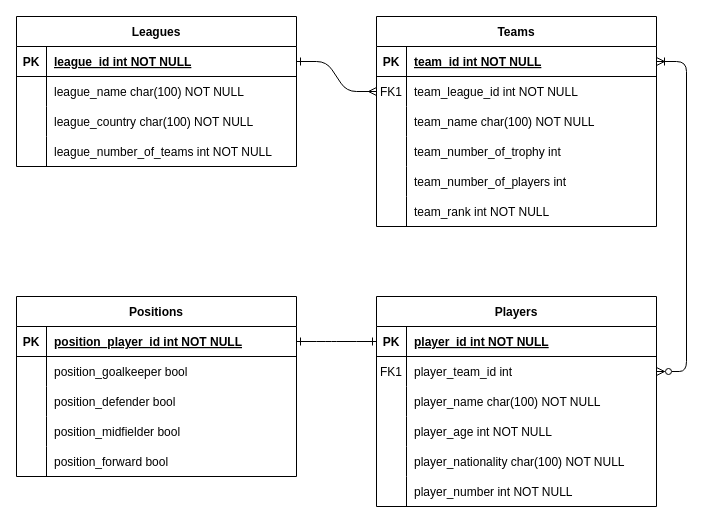
The draw.io diagram lab12.drawio in imaihs/bd_lab, before the edit. Source tidied: cells renumbered, new cells numbered last; positions are measured from the earlier drawing's top-left corner, leaving out a move shared by most shapes. Both pictures are drawn from the tidied source at 100%, with x=0, y=0 at pixel (16, 16).
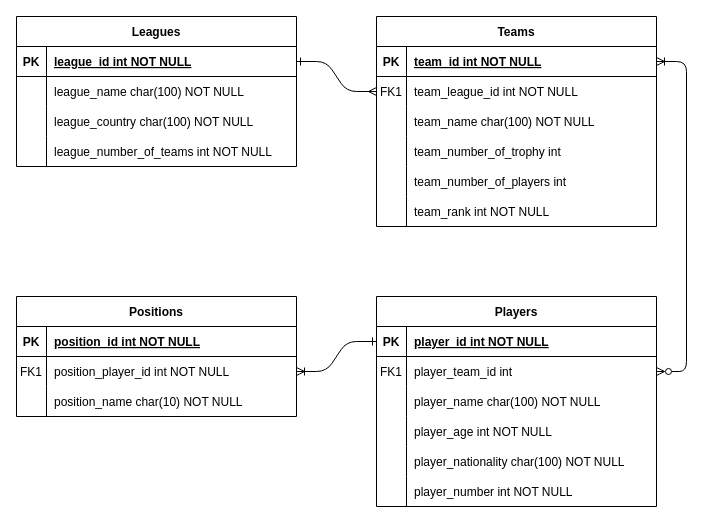
The same page after the edit.

Unchanged cells that the change refers to:
```xml
<mxCell id="24" style="shape=partialRectangle;fillColor=none;points=[[0,0.5],[1,0.5]];portConstraint=eastwest;top=0;left=0;right=0;bottom=1;" parent="23" vertex="1">
  <mxGeometry y="30" width="280" height="30" as="geometry" />
</mxCell>
<mxCell id="56" style="shape=partialRectangle;fillColor=none;points=[[0,0.5],[1,0.5]];portConstraint=eastwest;top=0;left=0;right=0;bottom=1;" parent="55" vertex="1">
  <mxGeometry y="30" width="280" height="30" as="geometry" />
</mxCell>
<mxCell id="59" style="shape=partialRectangle;fillColor=none;points=[[0,0.5],[1,0.5]];portConstraint=eastwest;top=0;left=0;right=0;bottom=0;" parent="55" vertex="1">
  <mxGeometry y="60" width="280" height="30" as="geometry" />
</mxCell>
<mxCell id="62" style="shape=partialRectangle;fillColor=none;top=0;left=0;right=0;bottom=0;" parent="55" vertex="1">
  <mxGeometry y="90" width="280" height="30" as="geometry" />
</mxCell>
```

What changed in the source:
```diff
@@
     <mxCell id="55" value="Positions" style="shape=table;startSize=30;childLayout=tableLayout;rowLines=0;fontStyle=1;align=center;" parent="1" vertex="1">
-      <mxGeometry y="280" width="280" height="180" as="geometry" />
+      <mxGeometry y="280" width="280" height="120" as="geometry" />
     </mxCell>
@@
-    <mxCell id="58" value="position_player_id int NOT NULL " style="shape=partialRectangle;overflow=hidden;fillColor=none;top=0;left=0;bottom=0;right=0;align=left;spacingLeft=6;fontStyle=5;" parent="56" vertex="1">
+    <mxCell id="58" value="position_id int NOT NULL " style="shape=partialRectangle;overflow=hidden;fillColor=none;top=0;left=0;bottom=0;right=0;align=left;spacingLeft=6;fontStyle=5;" parent="56" vertex="1">
       <mxGeometry x="30" width="250" height="30" as="geometry" />
     </mxCell>
@@
-    <mxCell id="60" style="shape=partialRectangle;overflow=hidden;fillColor=none;top=0;left=0;bottom=0;right=0;" parent="59" vertex="1">
+    <mxCell id="60" value="FK1" style="shape=partialRectangle;overflow=hidden;fillColor=none;top=0;left=0;bottom=0;right=0;" parent="59" vertex="1">
       <mxGeometry width="30" height="30" as="geometry" />
     </mxCell>
-    <mxCell id="61" value="position_goalkeeper bool" style="shape=partialRectangle;overflow=hidden;fillColor=none;top=0;left=0;bottom=0;right=0;align=left;spacingLeft=6;" parent="59" vertex="1">
+    <mxCell id="61" value="position_player_id int NOT NULL" style="shape=partialRectangle;overflow=hidden;fillColor=none;top=0;left=0;bottom=0;right=0;align=left;spacingLeft=6;" parent="59" vertex="1">
       <mxGeometry x="30" width="250" height="30" as="geometry" />
     </mxCell>
@@
-    <mxCell id="63" style="shape=partialRectangle;overflow=hidden;fillColor=none;top=0;left=0;bottom=0;right=0;" parent="62" vertex="1">
-      <mxGeometry width="30" height="30" as="geometry" />
-    </mxCell>
-    <mxCell id="64" value="position_defender bool" style="shape=partialRectangle;overflow=hidden;fillColor=none;top=0;left=0;bottom=0;right=0;align=left;spacingLeft=6;" parent="62" vertex="1">
-      <mxGeometry x="30" width="250" height="30" as="geometry" />
-    </mxCell>
-    <mxCell id="65" style="shape=partialRectangle;fillColor=none;top=0;left=0;right=0;bottom=0;" parent="55" vertex="1">
-      <mxGeometry y="120" width="280" height="30" as="geometry" />
-    </mxCell>
-    <mxCell id="66" style="shape=partialRectangle;overflow=hidden;fillColor=none;top=0;left=0;bottom=0;right=0;" parent="65" vertex="1">
-      <mxGeometry width="30" height="30" as="geometry" />
-    </mxCell>
-    <mxCell id="67" value="position_midfielder bool" style="shape=partialRectangle;overflow=hidden;fillColor=none;top=0;left=0;bottom=0;right=0;align=left;spacingLeft=6;" parent="65" vertex="1">
-      <mxGeometry x="30" width="250" height="30" as="geometry" />
-    </mxCell>
-    <mxCell id="68" style="shape=partialRectangle;fillColor=none;top=0;left=0;right=0;bottom=0;" parent="55" vertex="1">
-      <mxGeometry y="150" width="280" height="30" as="geometry" />
-    </mxCell>
-    <mxCell id="69" style="shape=partialRectangle;overflow=hidden;fillColor=none;top=0;left=0;bottom=0;right=0;" parent="68" vertex="1">
-      <mxGeometry width="30" height="30" as="geometry" />
-    </mxCell>
-    <mxCell id="70" value="position_forward bool" style="shape=partialRectangle;overflow=hidden;fillColor=none;top=0;left=0;bottom=0;right=0;align=left;spacingLeft=6;" parent="68" vertex="1">
-      <mxGeometry x="30" width="250" height="30" as="geometry" />
-    </mxCell>
+    <mxCell id="72" style="shape=partialRectangle;overflow=hidden;fillColor=none;top=0;left=0;bottom=0;right=0;" parent="62" vertex="1">
+      <mxGeometry width="30" height="30" as="geometry" />
+    </mxCell>
+    <mxCell id="73" value="position_name char(10) NOT NULL" style="shape=partialRectangle;overflow=hidden;fillColor=none;top=0;left=0;bottom=0;right=0;align=left;spacingLeft=6;" parent="62" vertex="1">
+      <mxGeometry x="30" width="250" height="30" as="geometry" />
+    </mxCell>
-    <mxCell id="71" style="edgeStyle=entityRelationEdgeStyle;endArrow=ERone;startArrow=ERone;endFill=0;startFill=0;exitX=0;exitY=0.5;exitDx=0;exitDy=0;entryX=1;entryY=0.5;entryDx=0;entryDy=0;" parent="1" edge="1" source="24" target="56">
+    <mxCell id="71" style="edgeStyle=entityRelationEdgeStyle;endArrow=ERoneToMany;startArrow=ERone;endFill=0;startFill=0;exitX=0;exitY=0.5;exitDx=0;exitDy=0;entryX=1;entryY=0.5;entryDx=0;entryDy=0;" parent="1" edge="1" source="24" target="59">
       <mxGeometry relative="1" as="geometry" />
     </mxCell>
```
